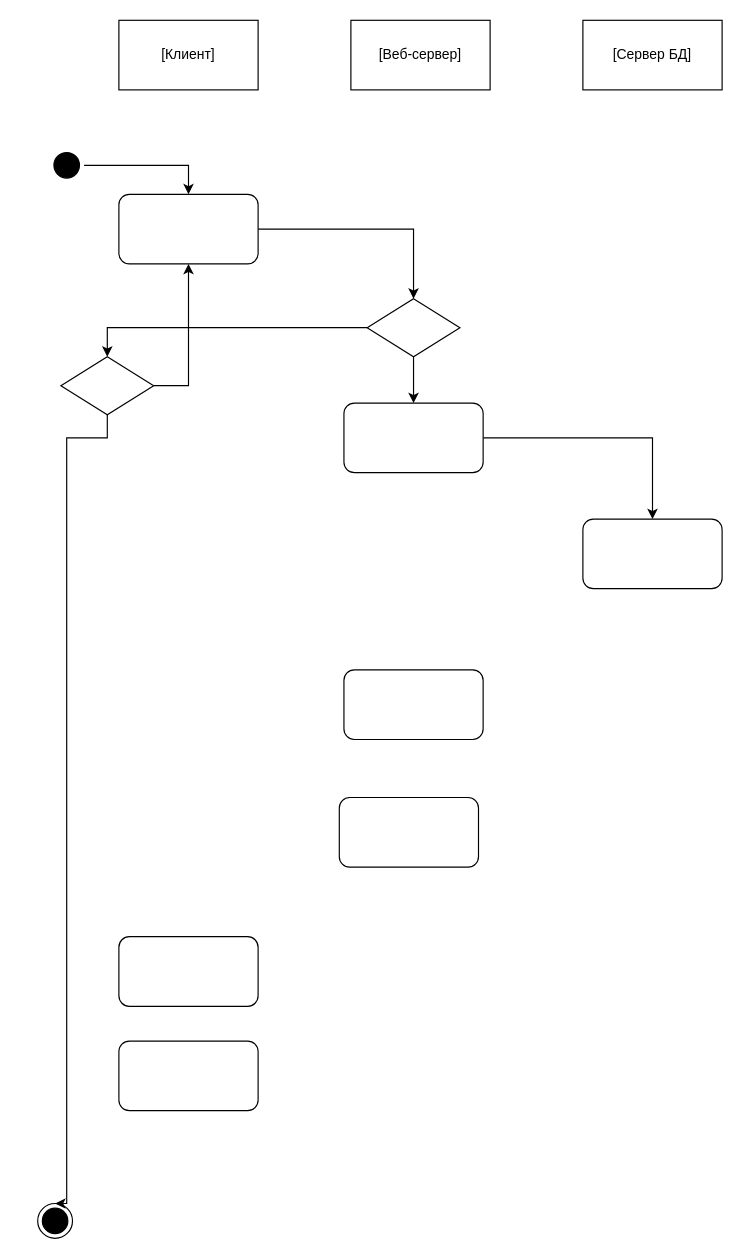
ElementiumST/MeetUp keeps this draw.io diagram as workDiagramm.drawio. Above is the earlier version. Source tidied: cells renumbered, new cells numbered last; positions are measured from the earlier drawing's top-left corner, leaving out a move shared by most shapes. Both pictures are drawn from the tidied source at 116%, with x=0, y=0 at pixel (37, 20).
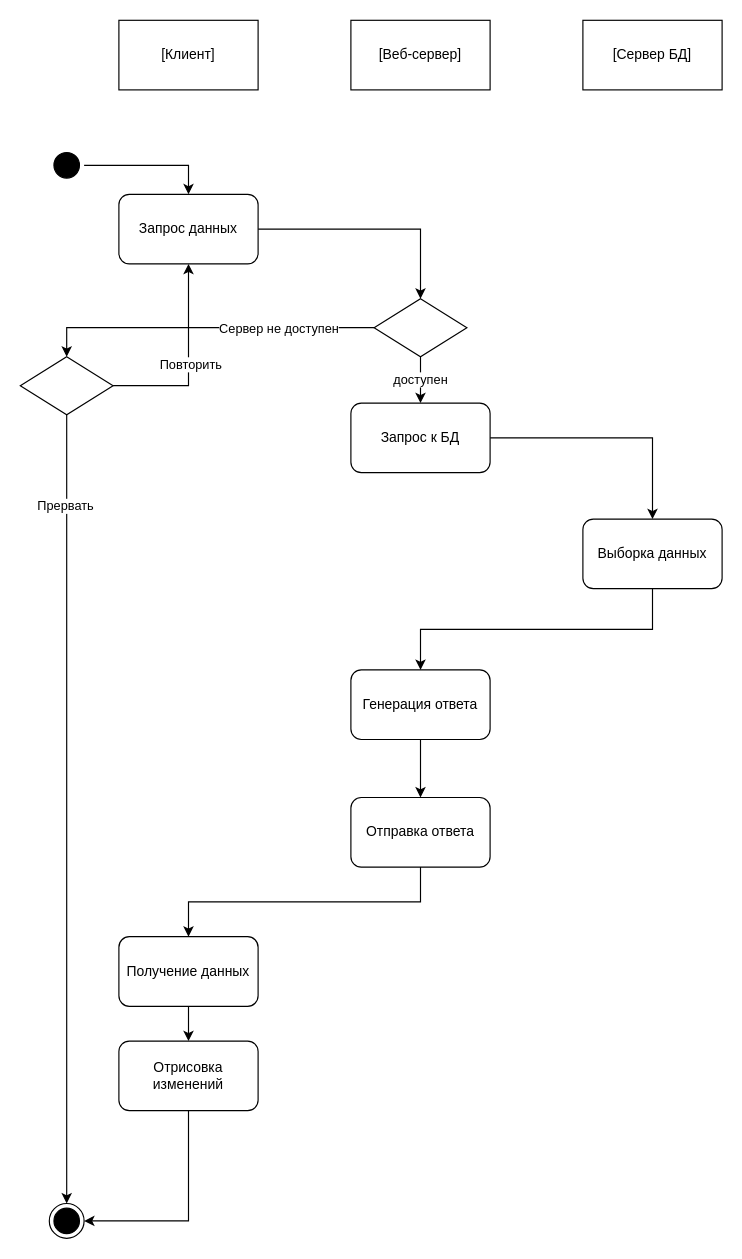
After the change.

The change refers to these unchanged cells:
```xml
<mxCell id="10" style="edgeStyle=orthogonalEdgeStyle;rounded=0;jettySize=auto;html=1;exitX=0;exitY=0.5;exitDx=0;exitDy=0;entryX=0.5;entryY=0;entryDx=0;entryDy=0;" parent="1" edge="1" source="12" target="15">
  <mxGeometry relative="1" as="geometry" />
</mxCell>
<mxCell id="13" style="edgeStyle=orthogonalEdgeStyle;rounded=0;jettySize=auto;html=1;exitX=1;exitY=0.5;exitDx=0;exitDy=0;entryX=0.5;entryY=1;entryDx=0;entryDy=0;" parent="1" edge="1" source="15" target="9">
  <mxGeometry relative="1" as="geometry" />
</mxCell>
```

What changed in the source:
```diff
@@
     <mxCell id="7" style="ellipse;html=1;shape=endState;fillColor=#000000;" parent="1" vertex="1">
-      <mxGeometry y="1020" width="30" height="30" as="geometry" />
+      <mxGeometry x="10" y="1020" width="30" height="30" as="geometry" />
     </mxCell>
@@
-    <mxCell id="9" style="rounded=1;whiteSpace=wrap;html=1;strokeColor=#000000;" parent="1" vertex="1">
+    <mxCell id="9" value="Запрос данных" style="rounded=1;whiteSpace=wrap;html=1;strokeColor=#000000;" parent="1" vertex="1">
       <mxGeometry x="70" y="150" width="120" height="60" as="geometry" />
     </mxCell>
@@
+    <mxCell id="23" value="Сервер не доступен" style="edgeLabel;html=1;align=center;verticalAlign=middle;" parent="10" vertex="1">
+      <mxGeometry x="-0.61" y="-2" relative="1" as="geometry">
+        <mxPoint x="-26" y="2" as="offset" />
+      </mxGeometry>
+    </mxCell>
-    <mxCell id="11" style="edgeStyle=orthogonalEdgeStyle;rounded=0;jettySize=auto;html=1;exitX=0.5;exitY=1;exitDx=0;exitDy=0;" parent="1" edge="1" source="12" target="17">
+    <mxCell id="11" value="доступен" style="edgeStyle=orthogonalEdgeStyle;rounded=0;jettySize=auto;html=1;exitX=0.5;exitY=1;exitDx=0;exitDy=0;" parent="1" edge="1" source="12" target="17">
       <mxGeometry relative="1" as="geometry" />
     </mxCell>
     <mxCell id="12" style="rhombus;whiteSpace=wrap;html=1;strokeColor=#000000;" parent="1" vertex="1">
-      <mxGeometry x="284" y="240" width="80" height="50" as="geometry" />
+      <mxGeometry x="290" y="240" width="80" height="50" as="geometry" />
     </mxCell>
@@
+    <mxCell id="24" value="Повторить" style="edgeLabel;html=1;align=center;verticalAlign=middle;" parent="13" vertex="1">
+      <mxGeometry x="-0.01" y="-1" relative="1" as="geometry" />
+    </mxCell>
     <mxCell id="14" style="edgeStyle=orthogonalEdgeStyle;rounded=0;jettySize=auto;html=1;exitX=0.5;exitY=1;exitDx=0;exitDy=0;entryX=0.5;entryY=0;entryDx=0;entryDy=0;" parent="1" edge="1" source="15" target="7">
       <mxGeometry relative="1" as="geometry">
         <Array as="points">
-          <mxPoint x="60" y="360" />
+          <mxPoint x="25" y="360" />
           <mxPoint x="25" y="360" />
         </Array>
       </mxGeometry>
     </mxCell>
+    <mxCell id="25" value="Прервать" style="edgeLabel;html=1;align=center;verticalAlign=middle;" parent="14" vertex="1">
+      <mxGeometry x="-0.77" y="-2" relative="1" as="geometry" />
+    </mxCell>
     <mxCell id="15" style="rhombus;whiteSpace=wrap;html=1;strokeColor=#000000;" parent="1" vertex="1">
-      <mxGeometry x="20" y="290" width="80" height="50" as="geometry" />
+      <mxGeometry x="-15" y="290" width="80" height="50" as="geometry" />
     </mxCell>
@@
-    <mxCell id="17" style="rounded=1;whiteSpace=wrap;html=1;strokeColor=#000000;" parent="1" vertex="1">
-      <mxGeometry x="264" y="330" width="120" height="60" as="geometry" />
+    <mxCell id="17" value="Запрос к БД" style="rounded=1;whiteSpace=wrap;html=1;strokeColor=#000000;" parent="1" vertex="1">
+      <mxGeometry x="270" y="330" width="120" height="60" as="geometry" />
     </mxCell>
+    <mxCell id="26" style="edgeStyle=orthogonalEdgeStyle;rounded=0;jettySize=auto;html=1;exitX=0.5;exitY=1;exitDx=0;exitDy=0;entryX=0.5;entryY=0;entryDx=0;entryDy=0;" parent="1" edge="1" source="18" target="19">
+      <mxGeometry relative="1" as="geometry" />
+    </mxCell>
-    <mxCell id="18" style="rounded=1;whiteSpace=wrap;html=1;strokeColor=#000000;" parent="1" vertex="1">
+    <mxCell id="18" value="Выборка данных" style="rounded=1;whiteSpace=wrap;html=1;strokeColor=#000000;" parent="1" vertex="1">
       <mxGeometry x="470" y="430" width="120" height="60" as="geometry" />
     </mxCell>
+    <mxCell id="27" style="edgeStyle=orthogonalEdgeStyle;rounded=0;jettySize=auto;html=1;exitX=0.5;exitY=1;exitDx=0;exitDy=0;entryX=0.5;entryY=0;entryDx=0;entryDy=0;" parent="1" edge="1" source="19" target="20">
+      <mxGeometry relative="1" as="geometry" />
+    </mxCell>
-    <mxCell id="19" style="rounded=1;whiteSpace=wrap;html=1;strokeColor=#000000;" parent="1" vertex="1">
-      <mxGeometry x="264" y="560" width="120" height="60" as="geometry" />
+    <mxCell id="19" value="Генерация ответа" style="rounded=1;whiteSpace=wrap;html=1;strokeColor=#000000;" parent="1" vertex="1">
+      <mxGeometry x="270" y="560" width="120" height="60" as="geometry" />
     </mxCell>
+    <mxCell id="28" style="edgeStyle=orthogonalEdgeStyle;rounded=0;jettySize=auto;html=1;exitX=0.5;exitY=1;exitDx=0;exitDy=0;entryX=0.5;entryY=0;entryDx=0;entryDy=0;" parent="1" edge="1" source="20" target="22">
+      <mxGeometry relative="1" as="geometry" />
+    </mxCell>
-    <mxCell id="20" style="rounded=1;whiteSpace=wrap;html=1;strokeColor=#000000;" parent="1" vertex="1">
-      <mxGeometry x="260" y="670" width="120" height="60" as="geometry" />
+    <mxCell id="20" value="Отправка ответа" style="rounded=1;whiteSpace=wrap;html=1;strokeColor=#000000;" parent="1" vertex="1">
+      <mxGeometry x="270" y="670" width="120" height="60" as="geometry" />
     </mxCell>
+    <mxCell id="29" style="edgeStyle=orthogonalEdgeStyle;rounded=0;jettySize=auto;html=1;exitX=0.5;exitY=1;exitDx=0;exitDy=0;entryX=1;entryY=0.5;entryDx=0;entryDy=0;" parent="1" edge="1" source="21" target="7">
+      <mxGeometry relative="1" as="geometry" />
+    </mxCell>
-    <mxCell id="21" style="rounded=1;whiteSpace=wrap;html=1;strokeColor=#000000;" parent="1" vertex="1">
+    <mxCell id="21" value="Отрисовка изменений" style="rounded=1;whiteSpace=wrap;html=1;strokeColor=#000000;" parent="1" vertex="1">
       <mxGeometry x="70" y="880" width="120" height="60" as="geometry" />
     </mxCell>
+    <mxCell id="30" style="edgeStyle=orthogonalEdgeStyle;rounded=0;jettySize=auto;html=1;exitX=0.5;exitY=1;exitDx=0;exitDy=0;entryX=0.5;entryY=0;entryDx=0;entryDy=0;" parent="1" edge="1" source="22" target="21">
+      <mxGeometry relative="1" as="geometry" />
+    </mxCell>
-    <mxCell id="22" style="rounded=1;whiteSpace=wrap;html=1;strokeColor=#000000;" parent="1" vertex="1">
+    <mxCell id="22" value="Получение данных" style="rounded=1;whiteSpace=wrap;html=1;strokeColor=#000000;" parent="1" vertex="1">
       <mxGeometry x="70" y="790" width="120" height="60" as="geometry" />
     </mxCell>
```
